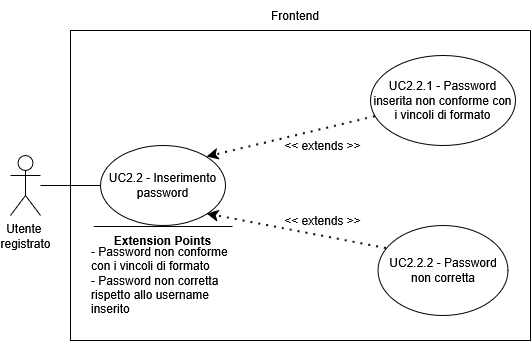
SkarabGroup/DocumentazioneProgetto keeps this draw.io diagram as assets/diagrams/UC2_2.png. Above is the earlier version. Source tidied: cells renumbered, new cells last; positions are measured from the earlier drawing's top-left corner, leaving out a move shared by most shapes.
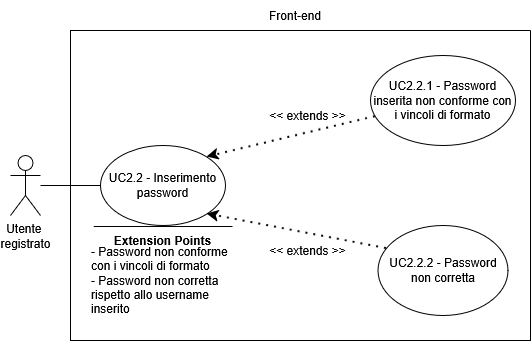
Later version of the same file.

What changed in the source:
```diff
@@ -18,7 +18,7 @@
       <mxGeometry relative="1" as="geometry" />
     </mxCell>
     <mxCell id="7" value="&lt;div&gt;&amp;lt;&amp;lt; extends &amp;gt;&amp;gt;&lt;/div&gt;" style="text;html=1;whiteSpace=wrap;strokeColor=none;fillColor=none;align=center;verticalAlign=middle;rounded=0;" parent="3" vertex="1">
-      <mxGeometry x="205" y="100" width="95" height="30" as="geometry" />
+      <mxGeometry x="190" y="70" width="95" height="30" as="geometry" />
     </mxCell>
     <mxCell id="8" value="UC2.2.2 - Password non corretta" style="ellipse;whiteSpace=wrap;html=1;" parent="3" vertex="1">
       <mxGeometry x="307.5" y="195" width="130" height="90" as="geometry" />
@@ -27,7 +27,7 @@
       <mxGeometry relative="1" as="geometry" />
     </mxCell>
     <mxCell id="10" value="&amp;lt;&amp;lt; extends &amp;gt;&amp;gt;" style="text;html=1;whiteSpace=wrap;strokeColor=none;fillColor=none;align=center;verticalAlign=middle;rounded=0;" parent="3" vertex="1">
-      <mxGeometry x="205" y="175" width="95" height="30" as="geometry" />
+      <mxGeometry x="190" y="205" width="95" height="30" as="geometry" />
     </mxCell>
     <mxCell id="11" style="endArrow=none;html=1;rounded=0;" parent="3" edge="1">
       <mxGeometry relative="1" as="geometry">
@@ -44,7 +44,7 @@
     <mxCell id="14" style="endArrow=none;html=1;rounded=0;entryX=0;entryY=0.5;entryDx=0;entryDy=0;" parent="1" edge="1" source="2" target="4">
       <mxGeometry relative="1" as="geometry" />
     </mxCell>
-    <mxCell id="15" value="Frontend" style="text;html=1;whiteSpace=wrap;strokeColor=none;fillColor=none;align=center;verticalAlign=middle;rounded=0;" parent="1" vertex="1">
+    <mxCell id="15" value="Front-end" style="text;html=1;whiteSpace=wrap;strokeColor=none;fillColor=none;align=center;verticalAlign=middle;rounded=0;" parent="1" vertex="1">
       <mxGeometry x="255" width="60" height="30" as="geometry" />
     </mxCell>
   </root>
```
